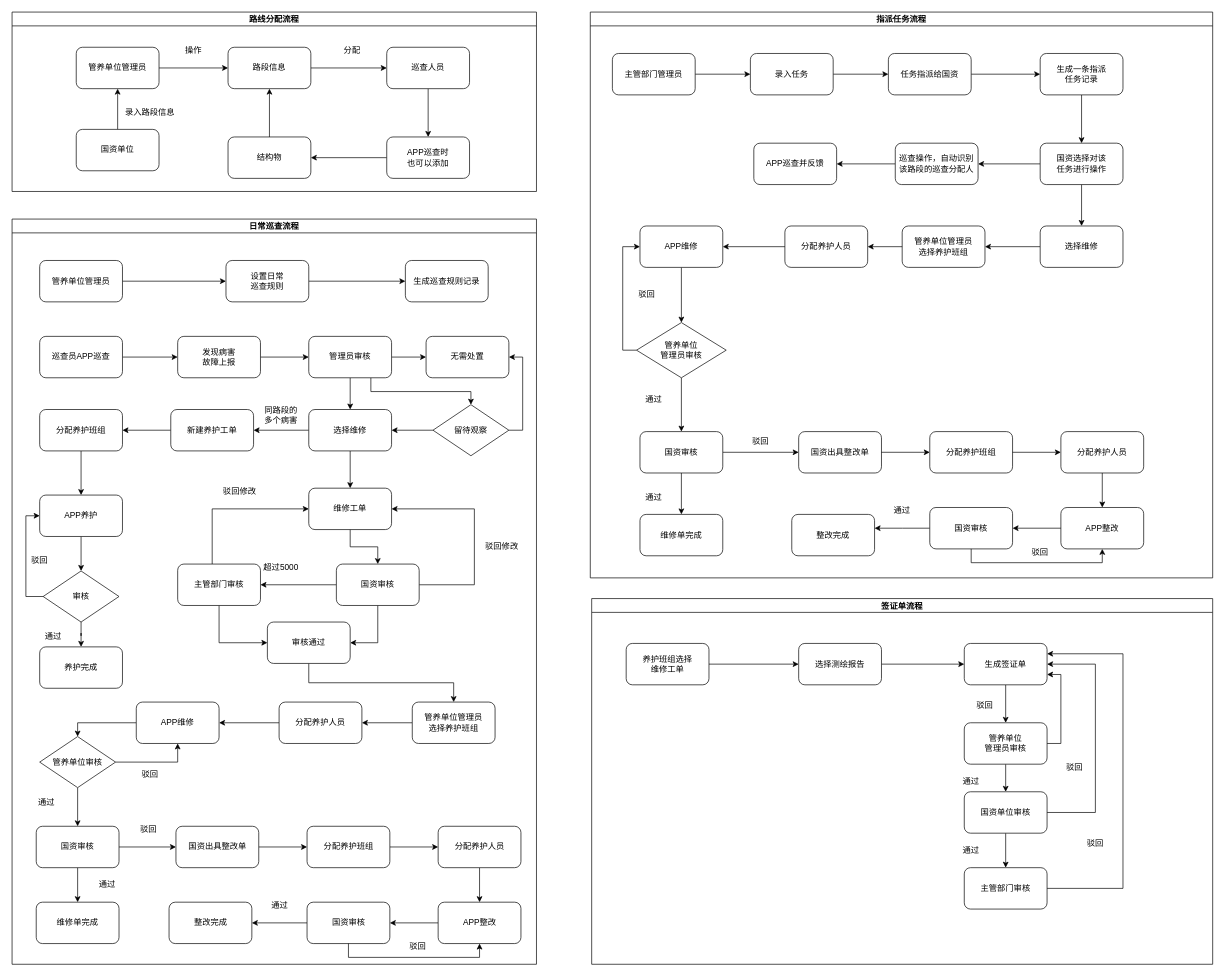
Earlier version of the draw.io diagram way/JH/流程图.drawio (Napoleon1234/Draw). Source tidied: cells renumbered, new cells numbered last; positions are measured from the earlier drawing's top-left corner, leaving out a move shared by most shapes. Both pictures are drawn from the tidied source at 69%, with x=0, y=0 at pixel (12, 12).
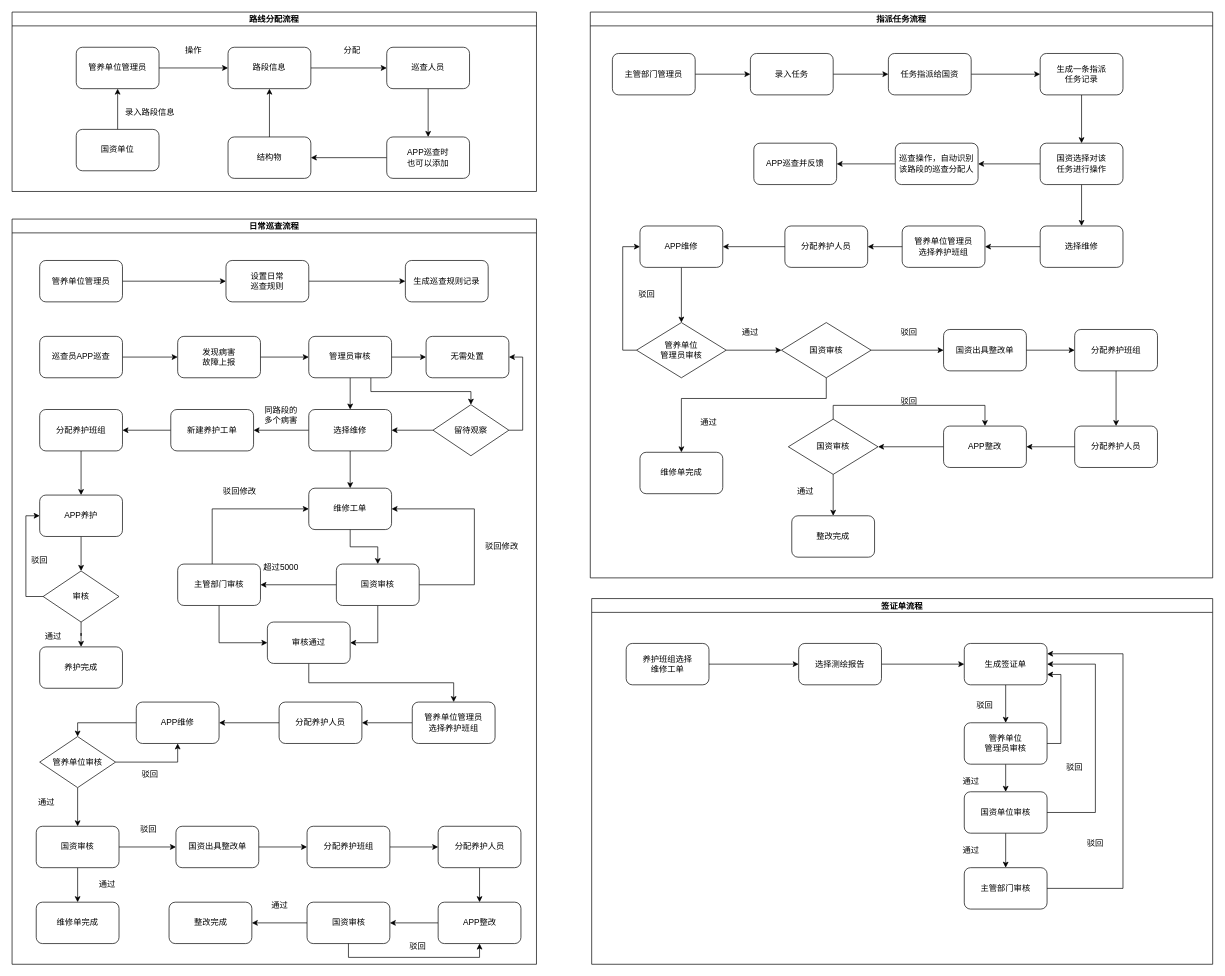
The same diagram, later.

Commit message (it also covers changes not shown here):
更新流程图.drawio

The change refers to these unchanged cells:
```xml
<mxCell id="97" value="指派任务流程" style="swimlane;startSize=20;horizontal=1;containerType=tree;" parent="1" vertex="1">
  <mxGeometry x="838" width="902" height="820" as="geometry" />
</mxCell>
<mxCell id="142" value="管养单位&lt;br&gt;管理员审核" style="rhombus;whiteSpace=wrap;html=1;" parent="97" vertex="1">
  <mxGeometry x="67" y="450" width="130" height="80" as="geometry" />
</mxCell>
```

What changed in the source:
```diff
@@
-    <mxCell id="120" style="edgeStyle=orthogonalEdgeStyle;rounded=0;jettySize=auto;html=1;" parent="97" edge="1" source="122" target="123">
-      <mxGeometry relative="1" as="geometry" />
+    <mxCell id="120" style="edgeStyle=orthogonalEdgeStyle;rounded=0;jettySize=auto;html=1;exitX=0.5;exitY=1;exitDx=0;exitDy=0;" parent="97" edge="1" source="167" target="123">
+      <mxGeometry relative="1" as="geometry">
+        <Array as="points">
+          <mxPoint x="342" y="560" />
+          <mxPoint x="132" y="560" />
+        </Array>
+      </mxGeometry>
     </mxCell>
-    <mxCell id="121" style="edgeStyle=orthogonalEdgeStyle;rounded=0;jettySize=auto;html=1;entryX=0;entryY=0.5;entryDx=0;entryDy=0;" parent="97" edge="1" source="122" target="124">
+    <mxCell id="121" style="edgeStyle=orthogonalEdgeStyle;rounded=0;jettySize=auto;html=1;entryX=0;entryY=0.5;entryDx=0;entryDy=0;exitX=1;exitY=0.5;exitDx=0;exitDy=0;" parent="97" edge="1" source="167" target="124">
       <mxGeometry relative="1" as="geometry" />
     </mxCell>
-    <mxCell id="122" value="国资审核" style="rounded=1;whiteSpace=wrap;html=1;" parent="97" vertex="1">
-      <mxGeometry x="72" y="608" width="120" height="60" as="geometry" />
-    </mxCell>
     <mxCell id="123" value="维修单完成" style="rounded=1;whiteSpace=wrap;html=1;" parent="97" vertex="1">
-      <mxGeometry x="72" y="728" width="120" height="60" as="geometry" />
+      <mxGeometry x="72" y="638" width="120" height="60" as="geometry" />
     </mxCell>
     <mxCell id="124" value="国资出具整改单" style="rounded=1;whiteSpace=wrap;html=1;" parent="97" vertex="1">
-      <mxGeometry x="302" y="608" width="120" height="60" as="geometry" />
+      <mxGeometry x="512" y="460" width="120" height="60" as="geometry" />
     </mxCell>
     <mxCell id="125" value="通过" style="text;strokeColor=none;align=center;fillColor=none;html=1;verticalAlign=middle;whiteSpace=wrap;rounded=0;" parent="97" vertex="1">
-      <mxGeometry x="62" y="688" width="60" height="30" as="geometry" />
+      <mxGeometry x="142" y="580" width="60" height="30" as="geometry" />
     </mxCell>
     <mxCell id="126" value="驳回" style="text;strokeColor=none;align=center;fillColor=none;html=1;verticalAlign=middle;whiteSpace=wrap;rounded=0;" parent="97" vertex="1">
-      <mxGeometry x="217" y="608" width="60" height="30" as="geometry" />
+      <mxGeometry x="432" y="450" width="60" height="30" as="geometry" />
     </mxCell>
     <mxCell id="127" value="分配养护班组" style="rounded=1;whiteSpace=wrap;html=1;" parent="97" vertex="1">
-      <mxGeometry x="492" y="608" width="120" height="60" as="geometry" />
+      <mxGeometry x="702" y="460" width="120" height="60" as="geometry" />
     </mxCell>
@@
     <mxCell id="129" value="分配养护人员" style="rounded=1;whiteSpace=wrap;html=1;" parent="97" vertex="1">
-      <mxGeometry x="682" y="608" width="120" height="60" as="geometry" />
+      <mxGeometry x="702" y="600" width="120" height="60" as="geometry" />
     </mxCell>
-    <mxCell id="130" style="edgeStyle=orthogonalEdgeStyle;rounded=0;jettySize=auto;html=1;entryX=0;entryY=0.5;entryDx=0;entryDy=0;" parent="97" edge="1" source="127" target="129">
+    <mxCell id="130" style="edgeStyle=orthogonalEdgeStyle;rounded=0;jettySize=auto;html=1;entryX=0.5;entryY=0;entryDx=0;entryDy=0;" parent="97" edge="1" source="127" target="129">
       <mxGeometry relative="1" as="geometry" />
     </mxCell>
+    <mxCell id="165" style="edgeStyle=orthogonalEdgeStyle;rounded=0;jettySize=auto;html=1;entryX=1;entryY=0.5;entryDx=0;entryDy=0;" parent="97" edge="1" source="131" target="168">
+      <mxGeometry relative="1" as="geometry" />
+    </mxCell>
     <mxCell id="131" value="APP整改" style="rounded=1;whiteSpace=wrap;html=1;" parent="97" vertex="1">
-      <mxGeometry x="682" y="718" width="120" height="60" as="geometry" />
+      <mxGeometry x="512" y="600" width="120" height="60" as="geometry" />
     </mxCell>
-    <mxCell id="132" style="edgeStyle=orthogonalEdgeStyle;rounded=0;jettySize=auto;html=1;entryX=0.5;entryY=0;entryDx=0;entryDy=0;" parent="97" edge="1" source="129" target="131">
+    <mxCell id="132" style="edgeStyle=orthogonalEdgeStyle;rounded=0;jettySize=auto;html=1;entryX=1;entryY=0.5;entryDx=0;entryDy=0;" parent="97" edge="1" source="129" target="131">
       <mxGeometry relative="1" as="geometry" />
     </mxCell>
-    <mxCell id="133" style="edgeStyle=orthogonalEdgeStyle;rounded=0;jettySize=auto;html=1;" parent="97" edge="1" source="134">
-      <mxGeometry relative="1" as="geometry">
-        <mxPoint x="412" y="748" as="targetPoint" />
-      </mxGeometry>
+    <mxCell id="133" style="edgeStyle=orthogonalEdgeStyle;rounded=0;jettySize=auto;html=1;entryX=0.5;entryY=0;entryDx=0;entryDy=0;exitX=0.5;exitY=1;exitDx=0;exitDy=0;" parent="97" edge="1" source="168" target="139">
+      <mxGeometry relative="1" as="geometry" />
     </mxCell>
-    <mxCell id="134" value="国资审核" style="rounded=1;whiteSpace=wrap;html=1;" parent="97" vertex="1">
-      <mxGeometry x="492" y="718" width="120" height="60" as="geometry" />
-    </mxCell>
-    <mxCell id="135" style="edgeStyle=orthogonalEdgeStyle;rounded=0;jettySize=auto;html=1;entryX=1;entryY=0.5;entryDx=0;entryDy=0;" parent="97" edge="1" source="131" target="134">
-      <mxGeometry relative="1" as="geometry" />
-    </mxCell>
-    <mxCell id="136" style="edgeStyle=orthogonalEdgeStyle;rounded=0;jettySize=auto;html=1;entryX=0.5;entryY=1;entryDx=0;entryDy=0;exitX=0.5;exitY=1;exitDx=0;exitDy=0;" parent="97" edge="1" source="134" target="131">
-      <mxGeometry relative="1" as="geometry" />
-    </mxCell>
+    <mxCell id="166" style="edgeStyle=orthogonalEdgeStyle;rounded=0;jettySize=auto;html=1;entryX=0.5;entryY=0;entryDx=0;entryDy=0;exitX=0.5;exitY=0;exitDx=0;exitDy=0;" parent="97" edge="1" source="168" target="131">
+      <mxGeometry relative="1" as="geometry" />
+    </mxCell>
     <mxCell id="137" value="驳回" style="text;strokeColor=none;align=center;fillColor=none;html=1;verticalAlign=middle;whiteSpace=wrap;rounded=0;" parent="97" vertex="1">
-      <mxGeometry x="622" y="768" width="60" height="30" as="geometry" />
+      <mxGeometry x="432" y="550" width="60" height="30" as="geometry" />
     </mxCell>
     <mxCell id="138" value="通过" style="text;strokeColor=none;align=center;fillColor=none;html=1;verticalAlign=middle;whiteSpace=wrap;rounded=0;" parent="97" vertex="1">
-      <mxGeometry x="422" y="708" width="60" height="30" as="geometry" />
+      <mxGeometry x="282" y="680" width="60" height="30" as="geometry" />
     </mxCell>
     <mxCell id="139" value="整改完成" style="rounded=1;whiteSpace=wrap;html=1;" parent="97" vertex="1">
-      <mxGeometry x="292" y="728" width="120" height="60" as="geometry" />
+      <mxGeometry x="292" y="730" width="120" height="60" as="geometry" />
     </mxCell>
-    <mxCell id="140" style="edgeStyle=orthogonalEdgeStyle;rounded=0;jettySize=auto;html=1;" parent="97" edge="1" source="142" target="122">
+    <mxCell id="140" style="edgeStyle=orthogonalEdgeStyle;rounded=0;jettySize=auto;html=1;exitX=1;exitY=0.5;exitDx=0;exitDy=0;entryX=0;entryY=0.5;entryDx=0;entryDy=0;" parent="97" edge="1" source="142" target="167">
       <mxGeometry relative="1" as="geometry" />
     </mxCell>
@@
     <mxCell id="143" value="通过" style="text;strokeColor=none;align=center;fillColor=none;html=1;verticalAlign=middle;whiteSpace=wrap;rounded=0;" parent="97" vertex="1">
-      <mxGeometry x="62" y="546" width="60" height="30" as="geometry" />
+      <mxGeometry x="202" y="450" width="60" height="30" as="geometry" />
     </mxCell>
@@
+    <mxCell id="167" value="国资审核" style="rhombus;whiteSpace=wrap;html=1;" parent="97" vertex="1">
+      <mxGeometry x="277" y="450" width="130" height="80" as="geometry" />
+    </mxCell>
+    <mxCell id="168" value="国资审核" style="rhombus;whiteSpace=wrap;html=1;" parent="97" vertex="1">
+      <mxGeometry x="287" y="590" width="130" height="80" as="geometry" />
+    </mxCell>
```
